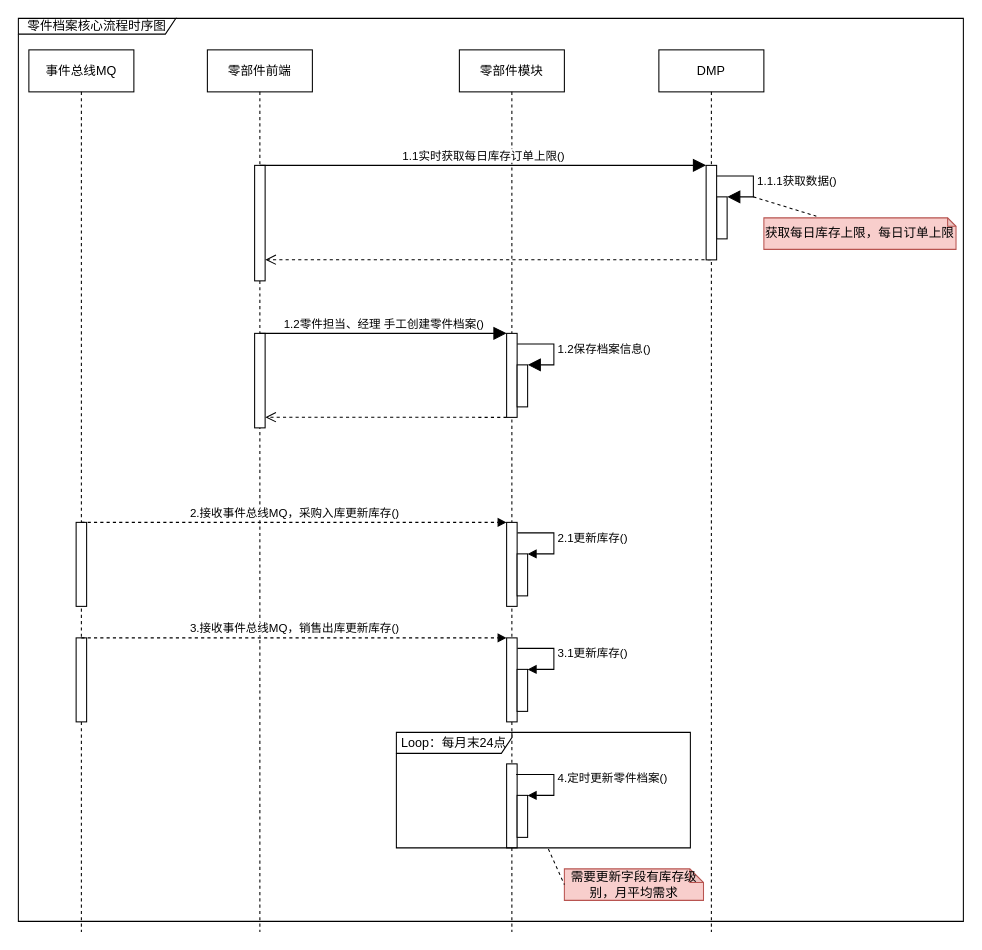
Before: page "时序图" (1 of 5) of 库存管理-零件档案管理.drawio in 1132489442/gitRepository1, a draw.io diagram. Source tidied: cells renumbered, new cells numbered last; positions are measured from the earlier drawing's top-left corner, leaving out a move shared by most shapes. Both pictures are drawn from the tidied source at 105%, with x=0, y=0 at pixel (18, 18).
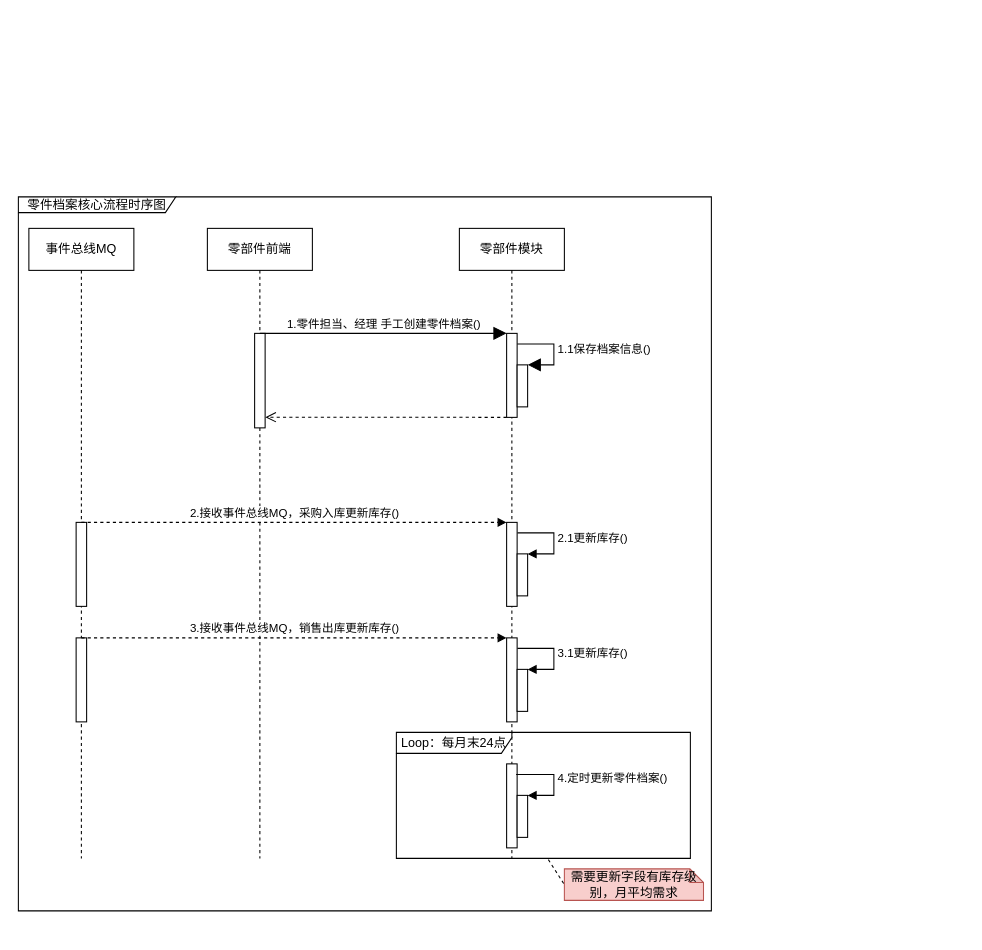
The same page after the edit.

The change refers to these unchanged cells:
```xml
<mxCell id="11" style="html=1;points=[];perimeter=orthogonalPerimeter;fillColor=#FFFFFF;" parent="1" vertex="1">
  <mxGeometry x="465" y="300" width="10" height="80" as="geometry" />
</mxCell>
<mxCell id="12" style="html=1;points=[];perimeter=orthogonalPerimeter;fillColor=#FFFFFF;" parent="1" vertex="1">
  <mxGeometry x="475" y="330" width="10" height="40" as="geometry" />
</mxCell>
```

What changed in the source:
```diff
@@
     <mxCell id="2" value="零部件前端" style="shape=umlLifeline;perimeter=lifelinePerimeter;whiteSpace=wrap;html=1;fillColor=#FFFFFF;" parent="1" vertex="1">
-      <mxGeometry x="180" y="30" width="100" height="840" as="geometry" />
+      <mxGeometry x="180" y="200" width="100" height="600" as="geometry" />
     </mxCell>
     <mxCell id="3" value="零部件模块" style="shape=umlLifeline;perimeter=lifelinePerimeter;whiteSpace=wrap;html=1;fillColor=#FFFFFF;" parent="1" vertex="1">
-      <mxGeometry x="420" y="30" width="100" height="840" as="geometry" />
+      <mxGeometry x="420" y="200" width="100" height="600" as="geometry" />
     </mxCell>
     <mxCell id="4" style="html=1;points=[];perimeter=orthogonalPerimeter;fillColor=#FFFFFF;" parent="3" vertex="1">
-      <mxGeometry x="45" y="450" width="10" height="80" as="geometry" />
+      <mxGeometry x="45" y="280" width="10" height="80" as="geometry" />
     </mxCell>
     <mxCell id="5" style="html=1;points=[];perimeter=orthogonalPerimeter;fillColor=#FFFFFF;" parent="3" vertex="1">
-      <mxGeometry x="55" y="480" width="10" height="40" as="geometry" />
+      <mxGeometry x="55" y="310" width="10" height="40" as="geometry" />
     </mxCell>
     <mxCell id="6" value="2.1更新库存()" style="edgeStyle=orthogonalEdgeStyle;html=1;align=left;spacingLeft=2;endArrow=block;rounded=0;entryX=1;entryY=0;exitX=1.029;exitY=0.125;exitDx=0;exitDy=0;exitPerimeter=0;" parent="3" edge="1" source="4" target="5">
       <mxGeometry relative="1" as="geometry">
         <Array as="points">
-          <mxPoint x="90" y="460" />
-          <mxPoint x="90" y="480" />
+          <mxPoint x="90" y="290" />
+          <mxPoint x="90" y="310" />
         </Array>
       </mxGeometry>
     </mxCell>
     <mxCell id="7" style="html=1;points=[];perimeter=orthogonalPerimeter;fillColor=#FFFFFF;" parent="3" vertex="1">
-      <mxGeometry x="45" y="680" width="10" height="80" as="geometry" />
+      <mxGeometry x="45" y="510" width="10" height="80" as="geometry" />
     </mxCell>
     <mxCell id="8" style="html=1;points=[];perimeter=orthogonalPerimeter;fillColor=#FFFFFF;" parent="3" vertex="1">
-      <mxGeometry x="55" y="710" width="10" height="40" as="geometry" />
+      <mxGeometry x="55" y="540" width="10" height="40" as="geometry" />
     </mxCell>
     <mxCell id="9" value="4.定时更新零件档案()" style="edgeStyle=orthogonalEdgeStyle;html=1;align=left;spacingLeft=2;endArrow=block;rounded=0;entryX=1;entryY=0;exitX=0.904;exitY=0.127;exitDx=0;exitDy=0;exitPerimeter=0;" parent="3" edge="1" source="7" target="8">
       <mxGeometry relative="1" as="geometry">
         <Array as="points">
-          <mxPoint x="90" y="690" />
-          <mxPoint x="90" y="710" />
+          <mxPoint x="90" y="520" />
+          <mxPoint x="90" y="540" />
         </Array>
       </mxGeometry>
     </mxCell>
@@
-    <mxCell id="13" value="1.2保存档案信息()" style="edgeStyle=orthogonalEdgeStyle;html=1;align=left;spacingLeft=2;endArrow=block;rounded=0;entryX=1;entryY=0;endSize=10;exitX=1.015;exitY=0.127;exitDx=0;exitDy=0;exitPerimeter=0;" parent="1" edge="1" source="11" target="12">
+    <mxCell id="13" value="1.1保存档案信息()" style="edgeStyle=orthogonalEdgeStyle;html=1;align=left;spacingLeft=2;endArrow=block;rounded=0;entryX=1;entryY=0;endSize=10;exitX=1.015;exitY=0.127;exitDx=0;exitDy=0;exitPerimeter=0;" parent="1" edge="1" source="11" target="12">
       <mxGeometry relative="1" as="geometry">
         <Array as="points">
           <mxPoint x="510" y="310" />
           <mxPoint x="510" y="330" />
         </Array>
       </mxGeometry>
     </mxCell>
-    <mxCell id="14" value="1.2零件担当、经理 手工创建零件档案()" style="html=1;verticalAlign=bottom;endArrow=block;entryX=0;entryY=0;rounded=0;endSize=10;" parent="1" edge="1" target="11">
+    <mxCell id="14" value="1.零件担当、经理 手工创建零件档案()" style="html=1;verticalAlign=bottom;endArrow=block;entryX=0;entryY=0;rounded=0;endSize=10;" parent="1" edge="1" target="11">
       <mxGeometry relative="1" as="geometry">
         <mxPoint x="230" y="300" as="sourcePoint" />
       </mxGeometry>
     </mxCell>
@@
     <mxCell id="16" value="零件档案核心流程时序图" style="shape=umlFrame;whiteSpace=wrap;html=1;fillColor=#FFFFFF;width=150;height=15;" parent="1" vertex="1">
-      <mxGeometry width="900" height="860" as="geometry" />
+      <mxGeometry y="170" width="660" height="680" as="geometry" />
     </mxCell>
     <mxCell id="17" value="事件总线MQ" style="shape=umlLifeline;perimeter=lifelinePerimeter;whiteSpace=wrap;html=1;fillColor=#FFFFFF;" parent="1" vertex="1">
-      <mxGeometry x="10" y="30" width="100" height="840" as="geometry" />
+      <mxGeometry x="10" y="200" width="100" height="600" as="geometry" />
     </mxCell>
     <mxCell id="18" style="html=1;perimeter=orthogonalPerimeter;fillColor=#FFFFFF;" parent="17" vertex="1">
-      <mxGeometry x="45" y="450" width="10" height="80" as="geometry" />
+      <mxGeometry x="45" y="280" width="10" height="80" as="geometry" />
     </mxCell>
@@
     <mxCell id="25" value="Loop：每月末24点" style="shape=umlFrame;whiteSpace=wrap;html=1;fillColor=#FFFFFF;width=110;height=20;" parent="1" vertex="1">
-      <mxGeometry x="360" y="680" width="280" height="110" as="geometry" />
+      <mxGeometry x="360" y="680" width="280" height="120" as="geometry" />
     </mxCell>
@@
-    <mxCell id="28" style="html=1;perimeter=orthogonalPerimeter;fillColor=#FFFFFF;" parent="1" vertex="1">
-      <mxGeometry x="225" y="140" width="10" height="110" as="geometry" />
-    </mxCell>
-    <mxCell id="29" style="html=1;points=[];perimeter=orthogonalPerimeter;fillColor=#FFFFFF;" parent="1" vertex="1">
-      <mxGeometry x="665" y="170" width="10" height="40" as="geometry" />
-    </mxCell>
-    <mxCell id="30" value="1.1.1获取数据()" style="edgeStyle=orthogonalEdgeStyle;html=1;align=left;spacingLeft=2;endArrow=block;rounded=0;entryX=1;entryY=0;endSize=10;exitX=1.015;exitY=0.127;exitDx=0;exitDy=0;exitPerimeter=0;" parent="1" edge="1" target="29">
-      <mxGeometry relative="1" as="geometry">
-        <mxPoint x="665.2" y="150.2" as="sourcePoint" />
-        <Array as="points">
-          <mxPoint x="700" y="150" />
-          <mxPoint x="700" y="170" />
-        </Array>
-      </mxGeometry>
-    </mxCell>
-    <mxCell id="31" value="1.1实时获取每日库存订单上限()" style="html=1;verticalAlign=bottom;endArrow=block;entryX=0;entryY=0;rounded=0;endSize=10;" parent="1" edge="1">
-      <mxGeometry relative="1" as="geometry">
-        <mxPoint x="230" y="140" as="sourcePoint" />
-        <mxPoint x="655" y="140" as="targetPoint" />
-      </mxGeometry>
-    </mxCell>
-    <mxCell id="32" style="html=1;verticalAlign=bottom;endArrow=open;dashed=1;endSize=8;rounded=0;entryX=1.017;entryY=0.948;entryDx=0;entryDy=0;entryPerimeter=0;" parent="1" edge="1">
-      <mxGeometry relative="1" as="geometry">
-        <mxPoint x="659.5" y="229.8" as="sourcePoint" />
-        <mxPoint x="235.2" y="229.8" as="targetPoint" />
-      </mxGeometry>
-    </mxCell>
-    <mxCell id="33" value="DMP" style="shape=umlLifeline;perimeter=lifelinePerimeter;whiteSpace=wrap;html=1;fillColor=#FFFFFF;" parent="1" vertex="1">
-      <mxGeometry x="610" y="30" width="100" height="840" as="geometry" />
-    </mxCell>
-    <mxCell id="34" style="html=1;perimeter=orthogonalPerimeter;fillColor=#FFFFFF;" parent="1" vertex="1">
-      <mxGeometry x="655" y="140" width="10" height="90" as="geometry" />
-    </mxCell>
-    <mxCell id="35" value="获取每日库存上限，每日订单上限" style="shape=note;whiteSpace=wrap;html=1;backgroundOutline=1;darkOpacity=0.05;fillColor=#f8cecc;strokeColor=#b85450;size=8;" parent="1" vertex="1">
-      <mxGeometry x="710" y="190" width="183" height="30" as="geometry" />
-    </mxCell>
-    <mxCell id="36" style="endArrow=none;dashed=1;html=1;rounded=0;fontColor=#393939;entryX=0.273;entryY=-0.053;entryDx=0;entryDy=0;entryPerimeter=0;" parent="1" edge="1" target="35">
-      <mxGeometry relative="1" as="geometry">
-        <mxPoint x="700" y="170" as="sourcePoint" />
-      </mxGeometry>
-    </mxCell>
```
